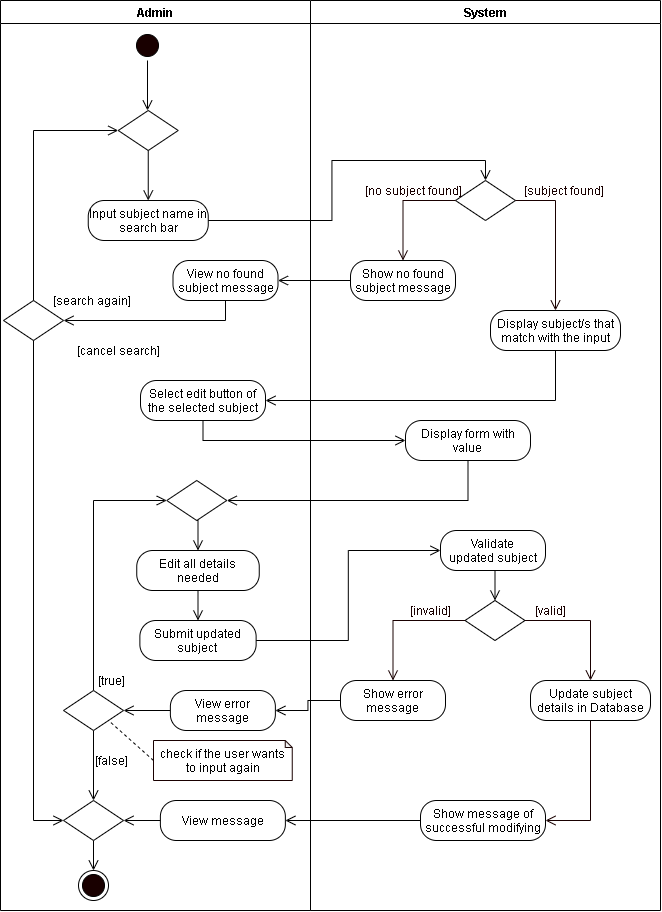
The draw.io diagram REVISIONS/UML-DIAGRAMS/6-28-2021/ACTIVITY DIAGRAM/14-Edit Subject.png in mrklglsn/CAPSTONE-FILES, before a commit. Source tidied: cells renumbered, new cells last; positions are measured from the earlier drawing's top-left corner, leaving out a move shared by most shapes.
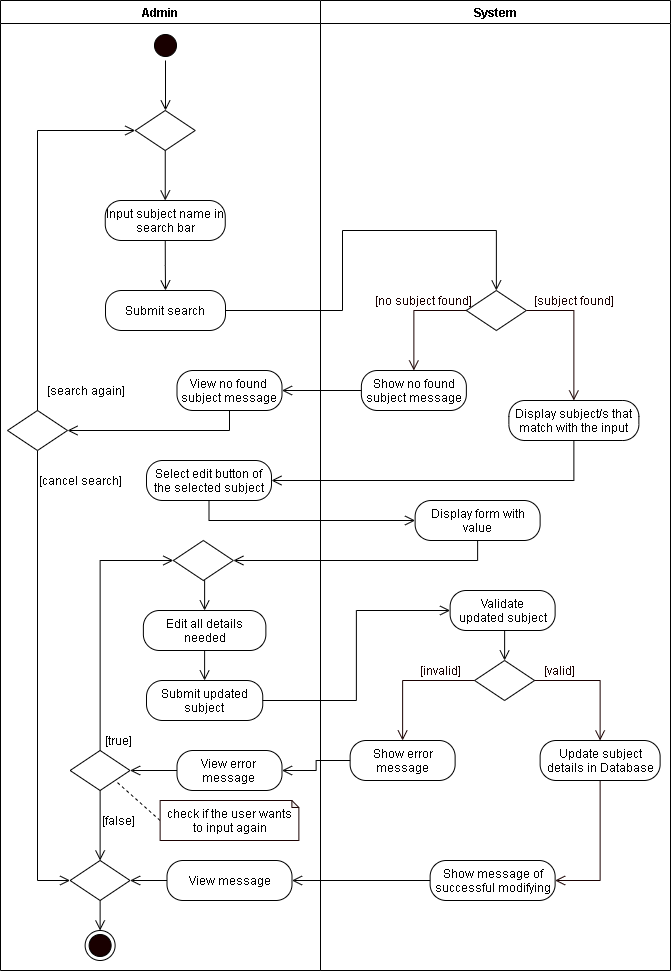
The same diagram one commit later.

The edit, as a diff of the source:
```diff
@@ -3,30 +3,30 @@
     <mxCell id="0" />
     <mxCell id="1" parent="0" />
     <mxCell id="2" value="Admin" style="swimlane;startSize=23;" parent="1" vertex="1">
-      <mxGeometry width="310" height="910" as="geometry" />
+      <mxGeometry x="-10" width="320" height="970" as="geometry" />
     </mxCell>
     <mxCell id="3" style="edgeStyle=orthogonalEdgeStyle;rounded=0;jettySize=auto;html=1;exitX=0.5;exitY=1;exitDx=0;exitDy=0;entryX=0.5;entryY=0;entryDx=0;entryDy=0;endArrow=open;endFill=0;endSize=8;" parent="2" edge="1" source="4">
       <mxGeometry relative="1" as="geometry">
-        <mxPoint x="147" y="110" as="targetPoint" />
+        <mxPoint x="165" y="110" as="targetPoint" />
       </mxGeometry>
     </mxCell>
     <mxCell id="4" style="ellipse;html=1;shape=startState;fillColor=#190000;" parent="2" vertex="1">
-      <mxGeometry x="132" y="30" width="30" height="30" as="geometry" />
+      <mxGeometry x="150" y="30" width="30" height="30" as="geometry" />
     </mxCell>
     <mxCell id="5" style="edgeStyle=orthogonalEdgeStyle;rounded=0;jettySize=auto;html=1;exitX=0.5;exitY=1;exitDx=0;exitDy=0;entryX=0.5;entryY=0;entryDx=0;entryDy=0;endArrow=open;endFill=0;endSize=8;" parent="2" edge="1" source="6" target="7">
       <mxGeometry relative="1" as="geometry" />
     </mxCell>
     <mxCell id="6" value="Edit all details needed" style="rounded=1;whiteSpace=wrap;html=1;arcSize=40;" parent="2" vertex="1">
-      <mxGeometry x="136.2" y="550" width="122.5" height="40" as="geometry" />
+      <mxGeometry x="142.8" y="610" width="122.5" height="40" as="geometry" />
     </mxCell>
     <mxCell id="7" value="Submit updated subject" style="rounded=1;whiteSpace=wrap;html=1;arcSize=40;" parent="2" vertex="1">
-      <mxGeometry x="139.4" y="620" width="116.2" height="40" as="geometry" />
+      <mxGeometry x="146" y="680" width="116.2" height="40" as="geometry" />
     </mxCell>
     <mxCell id="8" style="edgeStyle=orthogonalEdgeStyle;rounded=0;jettySize=auto;html=1;exitX=0.5;exitY=1;exitDx=0;exitDy=0;entryX=0.5;entryY=0;entryDx=0;entryDy=0;endArrow=open;endFill=0;endSize=8;" parent="2" edge="1" source="9" target="6">
       <mxGeometry relative="1" as="geometry" />
     </mxCell>
     <mxCell id="9" style="rhombus;whiteSpace=wrap;html=1;" parent="2" vertex="1">
-      <mxGeometry x="166.2" y="480" width="60" height="40" as="geometry" />
+      <mxGeometry x="172.8" y="540" width="60" height="40" as="geometry" />
     </mxCell>
     <mxCell id="10" style="edgeStyle=orthogonalEdgeStyle;rounded=0;jettySize=auto;html=1;exitX=0.5;exitY=0;exitDx=0;exitDy=0;entryX=0;entryY=0.5;entryDx=0;entryDy=0;endArrow=open;endFill=0;endSize=8;" parent="2" edge="1" source="12" target="9">
       <mxGeometry relative="1" as="geometry" />
@@ -35,82 +35,91 @@
       <mxGeometry relative="1" as="geometry" />
     </mxCell>
     <mxCell id="12" style="rhombus;whiteSpace=wrap;html=1;" parent="2" vertex="1">
-      <mxGeometry x="63" y="690" width="60" height="40" as="geometry" />
+      <mxGeometry x="69.6" y="750" width="60" height="40" as="geometry" />
     </mxCell>
     <mxCell id="13" value="[true]" style="text;html=1;align=center;verticalAlign=middle;strokeColor=none;" parent="2" vertex="1">
-      <mxGeometry x="91.2" y="670" width="40" height="20" as="geometry" />
+      <mxGeometry x="97.8" y="730" width="40" height="20" as="geometry" />
     </mxCell>
     <mxCell id="14" style="rounded=0;jettySize=auto;html=1;exitX=0;exitY=0.5;exitDx=0;exitDy=0;exitPerimeter=0;entryX=1;entryY=1;entryDx=0;entryDy=0;endArrow=none;endFill=0;endSize=8;dashed=1;" parent="2" edge="1" source="15" target="12">
       <mxGeometry relative="1" as="geometry" />
     </mxCell>
     <mxCell id="15" value="check if the user wants to input again" style="shape=note;whiteSpace=wrap;html=1;backgroundOutline=1;darkOpacity=0.05;strokeColor=#190000;size=7;" parent="2" vertex="1">
-      <mxGeometry x="153" y="740" width="138.8" height="40" as="geometry" />
+      <mxGeometry x="159.6" y="800" width="138.8" height="40" as="geometry" />
     </mxCell>
     <mxCell id="16" value="[false]" style="text;html=1;align=center;verticalAlign=middle;strokeColor=none;" parent="2" vertex="1">
-      <mxGeometry x="86.2" y="750" width="50" height="20" as="geometry" />
+      <mxGeometry x="92.8" y="810" width="50" height="20" as="geometry" />
     </mxCell>
     <mxCell id="17" style="ellipse;html=1;shape=endState;fillColor=#190000;" parent="2" vertex="1">
-      <mxGeometry x="78" y="870" width="30" height="30" as="geometry" />
+      <mxGeometry x="84.6" y="930" width="30" height="30" as="geometry" />
     </mxCell>
     <mxCell id="18" style="edgeStyle=orthogonalEdgeStyle;rounded=0;jettySize=auto;html=1;exitX=0;exitY=0.5;exitDx=0;exitDy=0;endArrow=open;endFill=0;endSize=8;" parent="2" edge="1" source="19" target="12">
       <mxGeometry relative="1" as="geometry" />
     </mxCell>
     <mxCell id="19" value="View error message" style="rounded=1;whiteSpace=wrap;html=1;arcSize=40;" parent="2" vertex="1">
-      <mxGeometry x="169.9" y="690" width="105" height="40" as="geometry" />
+      <mxGeometry x="176.5" y="750" width="105" height="40" as="geometry" />
     </mxCell>
     <mxCell id="20" style="edgeStyle=orthogonalEdgeStyle;rounded=0;jettySize=auto;html=1;exitX=0;exitY=0.5;exitDx=0;exitDy=0;entryX=1;entryY=0.5;entryDx=0;entryDy=0;endArrow=open;endFill=0;endSize=8;" parent="2" edge="1" source="21" target="23">
       <mxGeometry relative="1" as="geometry" />
     </mxCell>
     <mxCell id="21" value="View message" style="rounded=1;whiteSpace=wrap;html=1;arcSize=40;" parent="2" vertex="1">
-      <mxGeometry x="159.9" y="800" width="125" height="40" as="geometry" />
+      <mxGeometry x="166.5" y="860" width="125" height="40" as="geometry" />
     </mxCell>
     <mxCell id="22" style="edgeStyle=orthogonalEdgeStyle;rounded=0;jettySize=auto;html=1;exitX=0.5;exitY=1;exitDx=0;exitDy=0;entryX=0.5;entryY=0;entryDx=0;entryDy=0;endArrow=open;endFill=0;endSize=8;" parent="2" edge="1" source="23" target="17">
       <mxGeometry relative="1" as="geometry" />
     </mxCell>
     <mxCell id="23" style="rhombus;whiteSpace=wrap;html=1;" parent="2" vertex="1">
-      <mxGeometry x="63" y="800" width="60" height="40" as="geometry" />
+      <mxGeometry x="69.6" y="860" width="60" height="40" as="geometry" />
     </mxCell>
+    <mxCell id="27" value="Select edit button of the selected subject" style="rounded=1;whiteSpace=wrap;html=1;arcSize=40;" parent="2" vertex="1">
+      <mxGeometry x="146" y="460" width="125" height="40" as="geometry" />
+    </mxCell>
+    <mxCell id="28" style="edgeStyle=orthogonalEdgeStyle;rounded=0;jettySize=auto;html=1;exitX=0.5;exitY=1;exitDx=0;exitDy=0;endArrow=open;endFill=0;endSize=8;entryX=0;entryY=0.5;entryDx=0;entryDy=0;" parent="2" edge="1" source="24" target="23">
+      <mxGeometry relative="1" as="geometry" />
+    </mxCell>
     <mxCell id="24" style="rhombus;whiteSpace=wrap;html=1;" parent="2" vertex="1">
-      <mxGeometry x="3" y="300" width="60" height="40" as="geometry" />
+      <mxGeometry x="7" y="410" width="60" height="40" as="geometry" />
     </mxCell>
     <mxCell id="25" value="[search again]" style="text;html=1;align=center;verticalAlign=middle;strokeColor=none;rotation=0;" parent="2" vertex="1">
-      <mxGeometry x="46.2" y="290" width="90" height="20" as="geometry" />
+      <mxGeometry x="39.6" y="380" width="90" height="20" as="geometry" />
     </mxCell>
     <mxCell id="26" value="[cancel search]" style="text;html=1;align=center;verticalAlign=middle;strokeColor=none;rotation=0;" parent="2" vertex="1">
-      <mxGeometry x="68.2" y="340" width="100" height="20" as="geometry" />
+      <mxGeometry x="29.6" y="470" width="100" height="20" as="geometry" />
     </mxCell>
-    <mxCell id="27" value="Select edit button of the selected subject" style="rounded=1;whiteSpace=wrap;html=1;arcSize=40;" parent="2" vertex="1">
-      <mxGeometry x="140" y="380" width="125" height="40" as="geometry" />
-    </mxCell>
-    <mxCell id="28" style="edgeStyle=orthogonalEdgeStyle;rounded=0;jettySize=auto;html=1;exitX=0.5;exitY=1;exitDx=0;exitDy=0;endArrow=open;endFill=0;endSize=8;entryX=0;entryY=0.5;entryDx=0;entryDy=0;" parent="2" edge="1" source="24" target="23">
-      <mxGeometry relative="1" as="geometry" />
-    </mxCell>
+    <mxCell id="44" value="View no found subject message" style="rounded=1;whiteSpace=wrap;html=1;arcSize=40;" parent="2" vertex="1">
+      <mxGeometry x="176.5" y="370" width="105" height="40" as="geometry" />
+    </mxCell>
+    <mxCell id="60" style="edgeStyle=orthogonalEdgeStyle;rounded=0;jettySize=auto;html=1;exitX=0.5;exitY=1;exitDx=0;exitDy=0;entryX=1;entryY=0.5;entryDx=0;entryDy=0;endArrow=open;endFill=0;endSize=8;" parent="2" edge="1" source="44" target="24">
+      <mxGeometry relative="1" as="geometry" />
+    </mxCell>
+    <mxCell id="64" value="Submit search" style="rounded=1;whiteSpace=wrap;html=1;arcSize=40;" parent="2" vertex="1">
+      <mxGeometry x="105" y="290" width="120" height="40" as="geometry" />
+    </mxCell>
     <mxCell id="29" value="System" style="swimlane;" parent="1" vertex="1">
-      <mxGeometry x="310" width="350" height="910" as="geometry" />
+      <mxGeometry x="310" width="350" height="970" as="geometry" />
     </mxCell>
     <mxCell id="30" value="Validate updated&amp;nbsp;subject" style="rounded=1;whiteSpace=wrap;html=1;arcSize=40;" parent="29" vertex="1">
-      <mxGeometry x="130" y="530" width="105" height="40" as="geometry" />
+      <mxGeometry x="129.6" y="590" width="105" height="40" as="geometry" />
     </mxCell>
     <mxCell id="31" style="rhombus;whiteSpace=wrap;html=1;" parent="29" vertex="1">
-      <mxGeometry x="154.5" y="600" width="60" height="40" as="geometry" />
+      <mxGeometry x="154.1" y="660" width="60" height="40" as="geometry" />
     </mxCell>
     <mxCell id="32" style="edgeStyle=orthogonalEdgeStyle;rounded=0;jettySize=auto;html=1;exitX=0.5;exitY=1;exitDx=0;exitDy=0;entryX=0.5;entryY=0;entryDx=0;entryDy=0;endArrow=open;endFill=0;endSize=8;" parent="29" edge="1" source="30" target="31">
       <mxGeometry relative="1" as="geometry" />
     </mxCell>
     <mxCell id="33" value="&lt;font color=&quot;#190000&quot;&gt;[valid]&lt;/font&gt;" style="text;html=1;align=center;verticalAlign=middle;strokeColor=none;fontColor=#FFFFFF;" parent="29" vertex="1">
-      <mxGeometry x="214.5" y="600" width="50" height="20" as="geometry" />
+      <mxGeometry x="214.1" y="660" width="50" height="20" as="geometry" />
     </mxCell>
     <mxCell id="34" value="&lt;font color=&quot;#190000&quot;&gt;[invalid]&lt;/font&gt;" style="text;html=1;align=center;verticalAlign=middle;strokeColor=none;fontColor=#FFFFFF;" parent="29" vertex="1">
-      <mxGeometry x="90" y="600" width="60" height="20" as="geometry" />
+      <mxGeometry x="89.6" y="660" width="60" height="20" as="geometry" />
     </mxCell>
     <mxCell id="35" value="Show error message" style="rounded=1;whiteSpace=wrap;html=1;arcSize=40;" parent="29" vertex="1">
-      <mxGeometry x="30" y="680" width="105" height="40" as="geometry" />
+      <mxGeometry x="29.6" y="740" width="105" height="40" as="geometry" />
     </mxCell>
     <mxCell id="36" style="edgeStyle=orthogonalEdgeStyle;rounded=0;jettySize=auto;html=1;exitX=0.5;exitY=1;exitDx=0;exitDy=0;entryX=1;entryY=0.5;entryDx=0;entryDy=0;fontColor=#FFFFFF;endArrow=open;endFill=0;endSize=8;strokeColor=#190000;" parent="29" edge="1" source="37" target="40">
       <mxGeometry relative="1" as="geometry" />
     </mxCell>
     <mxCell id="37" value="Update subject details in Database" style="rounded=1;whiteSpace=wrap;html=1;arcSize=40;" parent="29" vertex="1">
-      <mxGeometry x="220" y="680" width="120" height="40" as="geometry" />
+      <mxGeometry x="219.6" y="740" width="120" height="40" as="geometry" />
     </mxCell>
     <mxCell id="38" style="edgeStyle=orthogonalEdgeStyle;rounded=0;jettySize=auto;html=1;exitX=0;exitY=0.5;exitDx=0;exitDy=0;fontColor=#FFFFFF;endArrow=open;endFill=0;endSize=8;strokeColor=#190000;entryX=0.5;entryY=0;entryDx=0;entryDy=0;" parent="29" edge="1" source="31" target="35">
       <mxGeometry relative="1" as="geometry" />
@@ -119,54 +128,40 @@
       <mxGeometry relative="1" as="geometry" />
     </mxCell>
     <mxCell id="40" value="Show message of successful modifying" style="rounded=1;whiteSpace=wrap;html=1;arcSize=40;" parent="29" vertex="1">
-      <mxGeometry x="110" y="800" width="125" height="40" as="geometry" />
+      <mxGeometry x="109.6" y="860" width="125" height="40" as="geometry" />
     </mxCell>
     <mxCell id="41" value="Input subject name in search bar" style="rounded=1;whiteSpace=wrap;html=1;arcSize=40;" parent="29" vertex="1">
-      <mxGeometry x="-222.2" y="200" width="120" height="40" as="geometry" />
+      <mxGeometry x="-215.2" y="200" width="120" height="40" as="geometry" />
     </mxCell>
     <mxCell id="42" style="edgeStyle=orthogonalEdgeStyle;rounded=0;jettySize=auto;html=1;exitX=0.5;exitY=1;exitDx=0;exitDy=0;entryX=0.5;entryY=0;entryDx=0;entryDy=0;endArrow=open;endFill=0;endSize=8;" parent="29" edge="1" source="43" target="41">
       <mxGeometry relative="1" as="geometry" />
     </mxCell>
     <mxCell id="43" style="rhombus;whiteSpace=wrap;html=1;" parent="29" vertex="1">
-      <mxGeometry x="-192.2" y="110" width="60" height="40" as="geometry" />
+      <mxGeometry x="-185.2" y="110" width="60" height="40" as="geometry" />
     </mxCell>
-    <mxCell id="44" value="View no found subject message" style="rounded=1;whiteSpace=wrap;html=1;arcSize=40;" parent="29" vertex="1">
-      <mxGeometry x="-137.5" y="260" width="105" height="40" as="geometry" />
-    </mxCell>
     <mxCell id="45" style="rhombus;whiteSpace=wrap;html=1;" parent="29" vertex="1">
-      <mxGeometry x="145" y="180" width="60" height="40" as="geometry" />
+      <mxGeometry x="145.8" y="290" width="60" height="40" as="geometry" />
     </mxCell>
-    <mxCell id="46" style="edgeStyle=orthogonalEdgeStyle;rounded=0;jettySize=auto;html=1;exitX=1;exitY=0.5;exitDx=0;exitDy=0;entryX=0.5;entryY=0;entryDx=0;entryDy=0;endArrow=open;endFill=0;endSize=8;" parent="29" edge="1" source="41" target="45">
-      <mxGeometry relative="1" as="geometry" />
-    </mxCell>
     <mxCell id="47" value="&lt;font color=&quot;#190000&quot;&gt;[subject found]&lt;/font&gt;" style="text;html=1;align=center;verticalAlign=middle;strokeColor=none;fontColor=#FFFFFF;" parent="29" vertex="1">
-      <mxGeometry x="202.5" y="180" width="100" height="20" as="geometry" />
+      <mxGeometry x="203.3" y="290" width="100" height="20" as="geometry" />
     </mxCell>
     <mxCell id="48" value="&lt;font color=&quot;#190000&quot;&gt;[no subject found]&lt;/font&gt;" style="text;html=1;align=center;verticalAlign=middle;strokeColor=none;fontColor=#FFFFFF;" parent="29" vertex="1">
-      <mxGeometry x="47.5" y="180" width="110" height="20" as="geometry" />
+      <mxGeometry x="48.4" y="290" width="110" height="20" as="geometry" />
     </mxCell>
     <mxCell id="49" value="Show no found subject message" style="rounded=1;whiteSpace=wrap;html=1;arcSize=40;" parent="29" vertex="1">
-      <mxGeometry x="40" y="260" width="105" height="40" as="geometry" />
+      <mxGeometry x="40.9" y="370" width="105" height="40" as="geometry" />
     </mxCell>
-    <mxCell id="50" style="edgeStyle=orthogonalEdgeStyle;rounded=0;jettySize=auto;html=1;exitX=0;exitY=0.5;exitDx=0;exitDy=0;entryX=1;entryY=0.5;entryDx=0;entryDy=0;endArrow=open;endFill=0;endSize=8;" parent="29" edge="1" source="49" target="44">
-      <mxGeometry relative="1" as="geometry" />
-    </mxCell>
     <mxCell id="51" style="edgeStyle=orthogonalEdgeStyle;rounded=0;jettySize=auto;html=1;exitX=0;exitY=0.5;exitDx=0;exitDy=0;fontColor=#FFFFFF;endArrow=open;endFill=0;endSize=8;strokeColor=#190000;entryX=0.5;entryY=0;entryDx=0;entryDy=0;" parent="29" edge="1" source="45" target="49">
       <mxGeometry relative="1" as="geometry" />
     </mxCell>
-    <mxCell id="52" style="edgeStyle=orthogonalEdgeStyle;rounded=0;jettySize=auto;html=1;exitX=0.5;exitY=1;exitDx=0;exitDy=0;entryX=0.5;entryY=0;entryDx=0;entryDy=0;endArrow=open;endFill=0;endSize=8;" parent="29" edge="1" source="53">
-      <mxGeometry relative="1" as="geometry">
-        <mxPoint x="245" y="350" as="targetPoint" />
-      </mxGeometry>
-    </mxCell>
     <mxCell id="53" value="Display subject/s that match with the input" style="rounded=1;whiteSpace=wrap;html=1;arcSize=40;" parent="29" vertex="1">
-      <mxGeometry x="180" y="310" width="130" height="40" as="geometry" />
+      <mxGeometry x="188.3" y="400" width="130" height="40" as="geometry" />
     </mxCell>
     <mxCell id="54" style="edgeStyle=orthogonalEdgeStyle;rounded=0;jettySize=auto;html=1;exitX=1;exitY=0.5;exitDx=0;exitDy=0;fontColor=#FFFFFF;endArrow=open;endFill=0;endSize=8;strokeColor=#190000;entryX=0.5;entryY=0;entryDx=0;entryDy=0;" parent="29" edge="1" source="45" target="53">
       <mxGeometry relative="1" as="geometry" />
     </mxCell>
     <mxCell id="55" value="Display form with value" style="rounded=1;whiteSpace=wrap;html=1;arcSize=40;" parent="29" vertex="1">
-      <mxGeometry x="95" y="420" width="125" height="40" as="geometry" />
+      <mxGeometry x="94.6" y="500" width="125" height="40" as="geometry" />
     </mxCell>
     <mxCell id="56" style="edgeStyle=orthogonalEdgeStyle;rounded=0;jettySize=auto;html=1;exitX=1;exitY=0.5;exitDx=0;exitDy=0;entryX=0;entryY=0.5;entryDx=0;entryDy=0;endArrow=open;endFill=0;endSize=8;" parent="1" edge="1" source="7" target="30">
       <mxGeometry relative="1" as="geometry" />
@@ -180,9 +175,6 @@
     <mxCell id="59" style="edgeStyle=orthogonalEdgeStyle;rounded=0;jettySize=auto;html=1;exitX=0.5;exitY=0;exitDx=0;exitDy=0;entryX=0;entryY=0.5;entryDx=0;entryDy=0;endArrow=open;endFill=0;endSize=8;" parent="1" edge="1" source="24" target="43">
       <mxGeometry relative="1" as="geometry" />
     </mxCell>
-    <mxCell id="60" style="edgeStyle=orthogonalEdgeStyle;rounded=0;jettySize=auto;html=1;exitX=0.5;exitY=1;exitDx=0;exitDy=0;entryX=1;entryY=0.5;entryDx=0;entryDy=0;endArrow=open;endFill=0;endSize=8;" parent="1" edge="1" source="44" target="24">
-      <mxGeometry relative="1" as="geometry" />
-    </mxCell>
     <mxCell id="61" style="edgeStyle=orthogonalEdgeStyle;rounded=0;jettySize=auto;html=1;exitX=0.5;exitY=1;exitDx=0;exitDy=0;entryX=1;entryY=0.5;entryDx=0;entryDy=0;endArrow=open;endFill=0;endSize=8;" parent="1" edge="1" source="53" target="27">
       <mxGeometry relative="1" as="geometry" />
     </mxCell>
@@ -192,5 +184,20 @@
     <mxCell id="63" style="edgeStyle=orthogonalEdgeStyle;rounded=0;jettySize=auto;html=1;exitX=0.5;exitY=1;exitDx=0;exitDy=0;endArrow=open;endFill=0;endSize=8;entryX=1;entryY=0.5;entryDx=0;entryDy=0;" parent="1" edge="1" source="55" target="9">
       <mxGeometry relative="1" as="geometry" />
     </mxCell>
+    <mxCell id="50" style="edgeStyle=orthogonalEdgeStyle;rounded=0;jettySize=auto;html=1;exitX=0;exitY=0.5;exitDx=0;exitDy=0;entryX=1;entryY=0.5;entryDx=0;entryDy=0;endArrow=open;endFill=0;endSize=8;" parent="1" edge="1" source="49" target="44">
+      <mxGeometry relative="1" as="geometry" />
+    </mxCell>
+    <mxCell id="65" style="edgeStyle=orthogonalEdgeStyle;rounded=0;jettySize=auto;html=1;exitX=0.5;exitY=1;exitDx=0;exitDy=0;endArrow=open;endFill=0;endSize=8;" parent="1" edge="1" source="41" target="64">
+      <mxGeometry relative="1" as="geometry" />
+    </mxCell>
+    <mxCell id="66" style="edgeStyle=orthogonalEdgeStyle;rounded=0;jettySize=auto;html=1;exitX=1;exitY=0.5;exitDx=0;exitDy=0;entryX=0.5;entryY=0;entryDx=0;entryDy=0;endArrow=open;endFill=0;endSize=8;" parent="1" edge="1" source="64" target="45">
+      <mxGeometry relative="1" as="geometry">
+        <Array as="points">
+          <mxPoint x="332" y="310" />
+          <mxPoint x="332" y="230" />
+          <mxPoint x="486" y="230" />
+        </Array>
+      </mxGeometry>
+    </mxCell>
   </root>
 </mxGraphModel>
```
